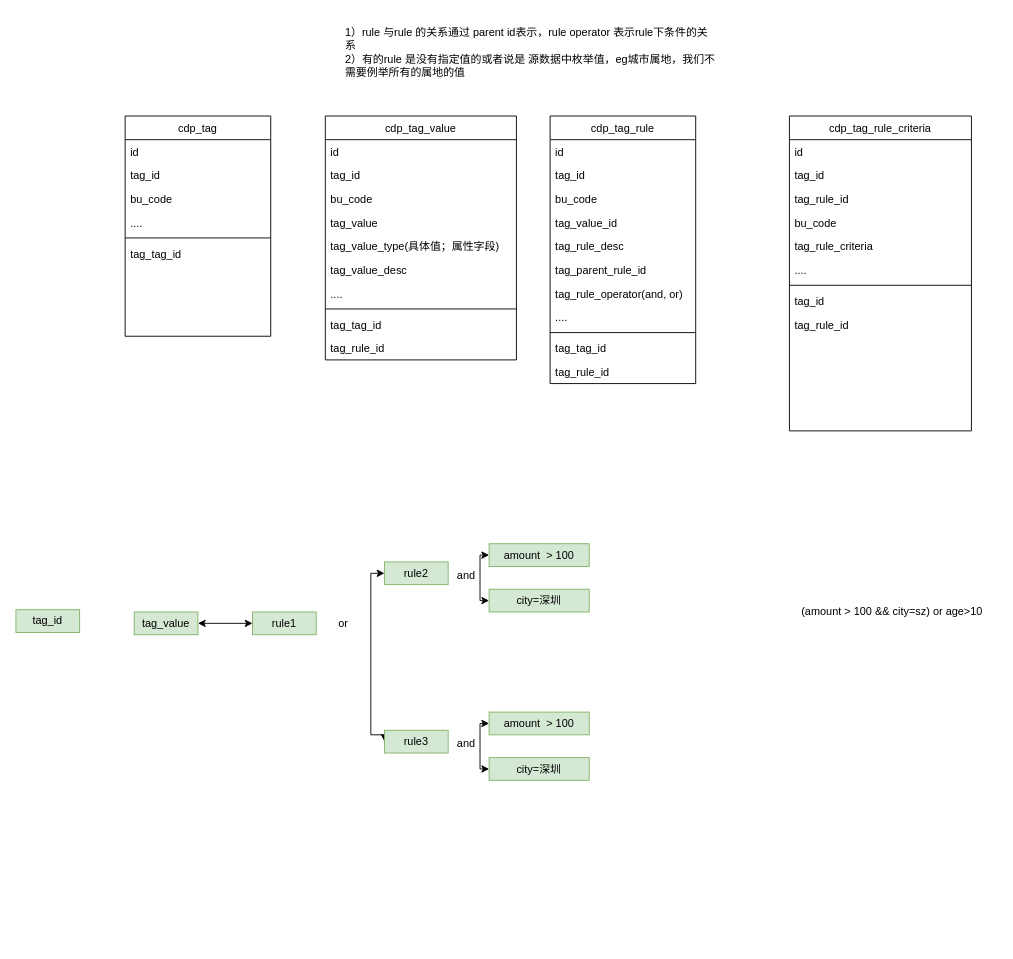
Before: techlab/cdp_model_tmp.drawio in qiufang1314/drawio, a draw.io diagram. Source tidied: cells renumbered, new cells numbered last; positions are measured from the earlier drawing's top-left corner, leaving out a move shared by most shapes. Both pictures are drawn from the tidied source at 91%, with x=0, y=0 at pixel (15, 15).
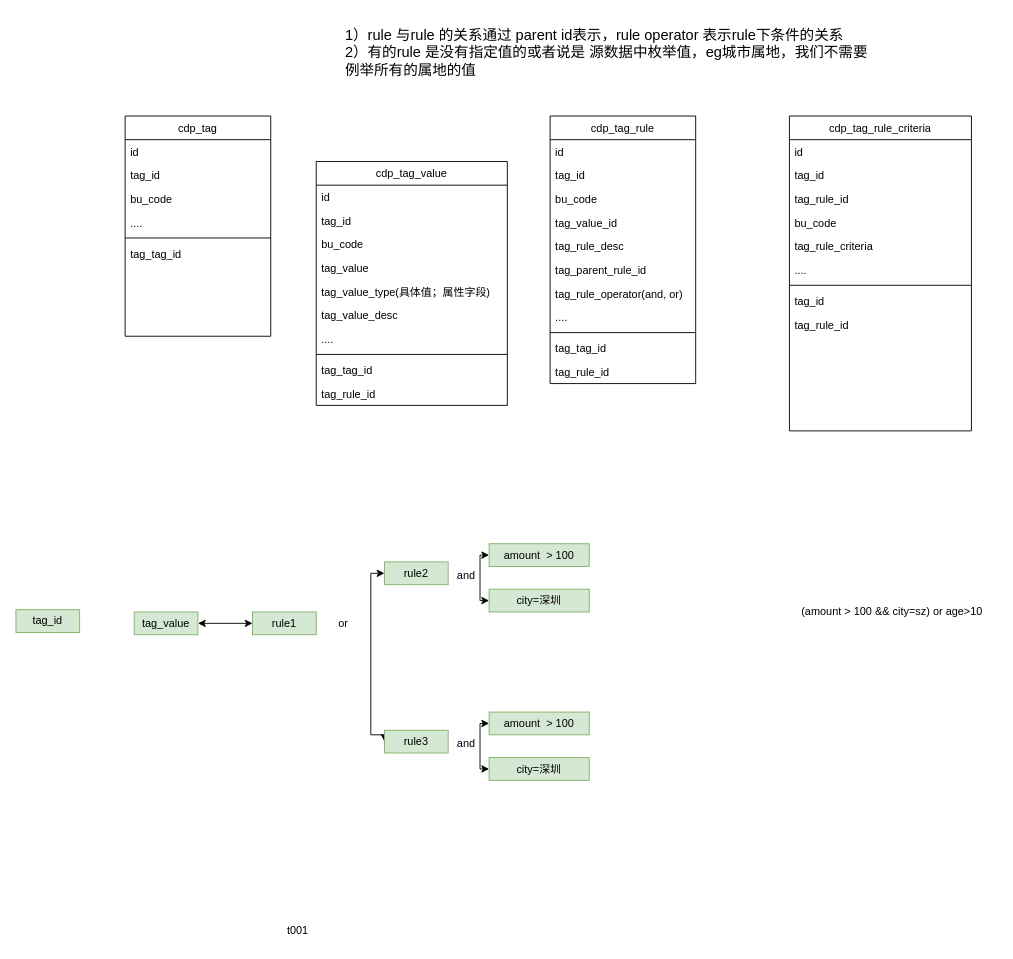
The same page after the edit.

What changed in the source:
```diff
@@
     <mxCell id="24" value="cdp_tag_value" style="swimlane;fontStyle=0;align=center;verticalAlign=top;horizontal=1;startSize=26;rounded=0;shadow=0;strokeWidth=1;" parent="1" vertex="1">
-      <mxGeometry x="340" y="110" width="210" height="268" as="geometry" />
+      <mxGeometry x="330" y="160" width="210" height="268" as="geometry" />
     </mxCell>
@@
-    <mxCell id="53" value="1）rule 与rule 的关系通过 parent id表示，rule operator 表示rule下条件的关系&lt;br&gt;2）有的rule 是没有指定值的或者说是 源数据中枚举值，eg城市属地，我们不需要例举所有的属地的值" style="text;html=1;strokeColor=none;fillColor=none;align=left;verticalAlign=middle;whiteSpace=wrap;rounded=0;" parent="1" vertex="1">
-      <mxGeometry x="360" width="410" height="80" as="geometry" />
+    <mxCell id="53" value="1）rule 与rule 的关系通过 parent id表示，rule operator 表示rule下条件的关系&lt;br style=&quot;font-size: 16px;&quot;&gt;2）有的rule 是没有指定值的或者说是 源数据中枚举值，eg城市属地，我们不需要例举所有的属地的值" style="text;html=1;strokeColor=none;fillColor=none;align=left;verticalAlign=middle;whiteSpace=wrap;rounded=0;fontSize=16;" parent="1" vertex="1">
+      <mxGeometry x="360" width="590" height="80" as="geometry" />
     </mxCell>
@@
+    <mxCell id="61" value="t001" style="text;html=1;strokeColor=none;fillColor=none;align=center;verticalAlign=middle;whiteSpace=wrap;rounded=0;" parent="1" vertex="1">
+      <mxGeometry x="280" y="990" width="60" height="30" as="geometry" />
+    </mxCell>
```
